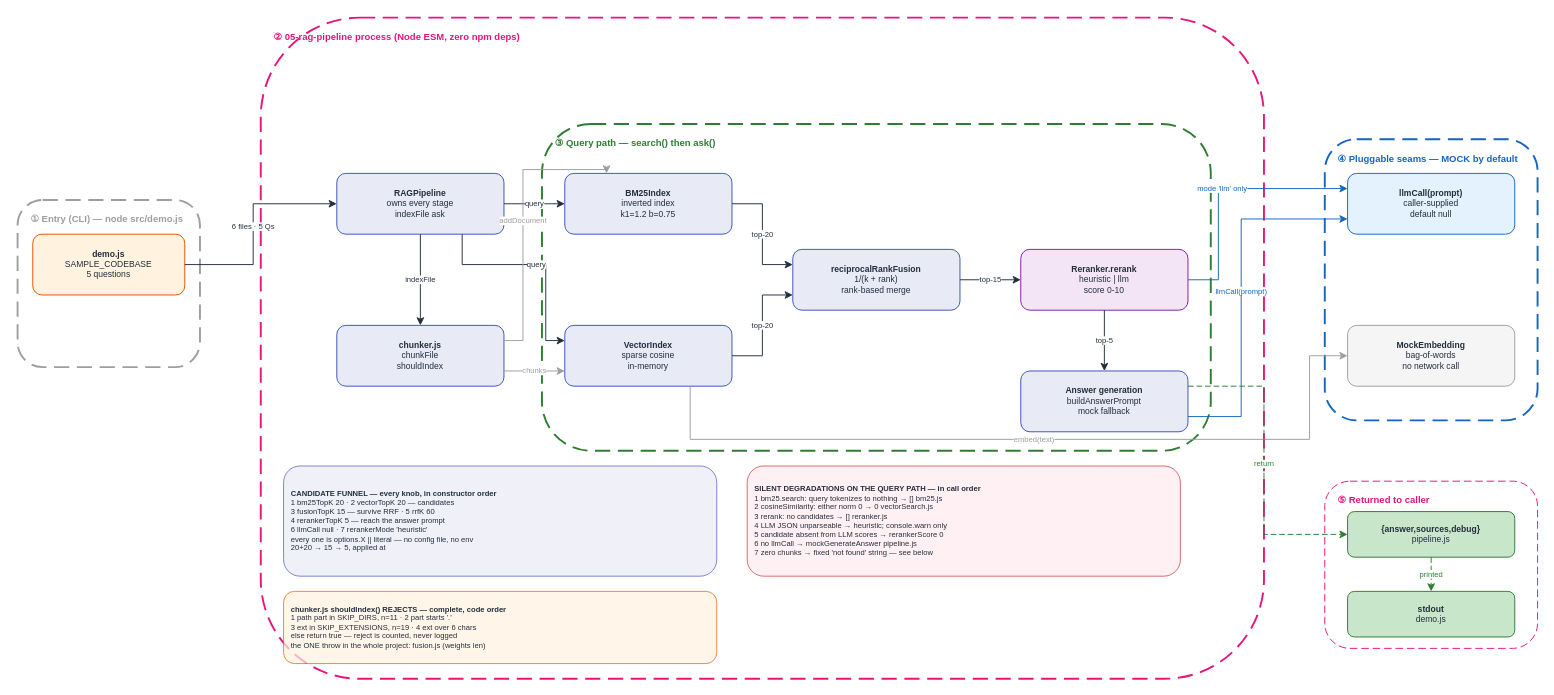
The draw.io diagram docs/diagrams/rag_pipeline_v1/HOA_RagPipeline_v1.drawio in gmaheshraju/Hands-on-AgenticAI, before the edit. Source tidied: cells renumbered, new cells numbered last; positions are measured from the earlier drawing's top-left corner, leaving out a move shared by most shapes. Both pictures are drawn from the tidied source at 95%, with x=0, y=0 at pixel (17, 17).
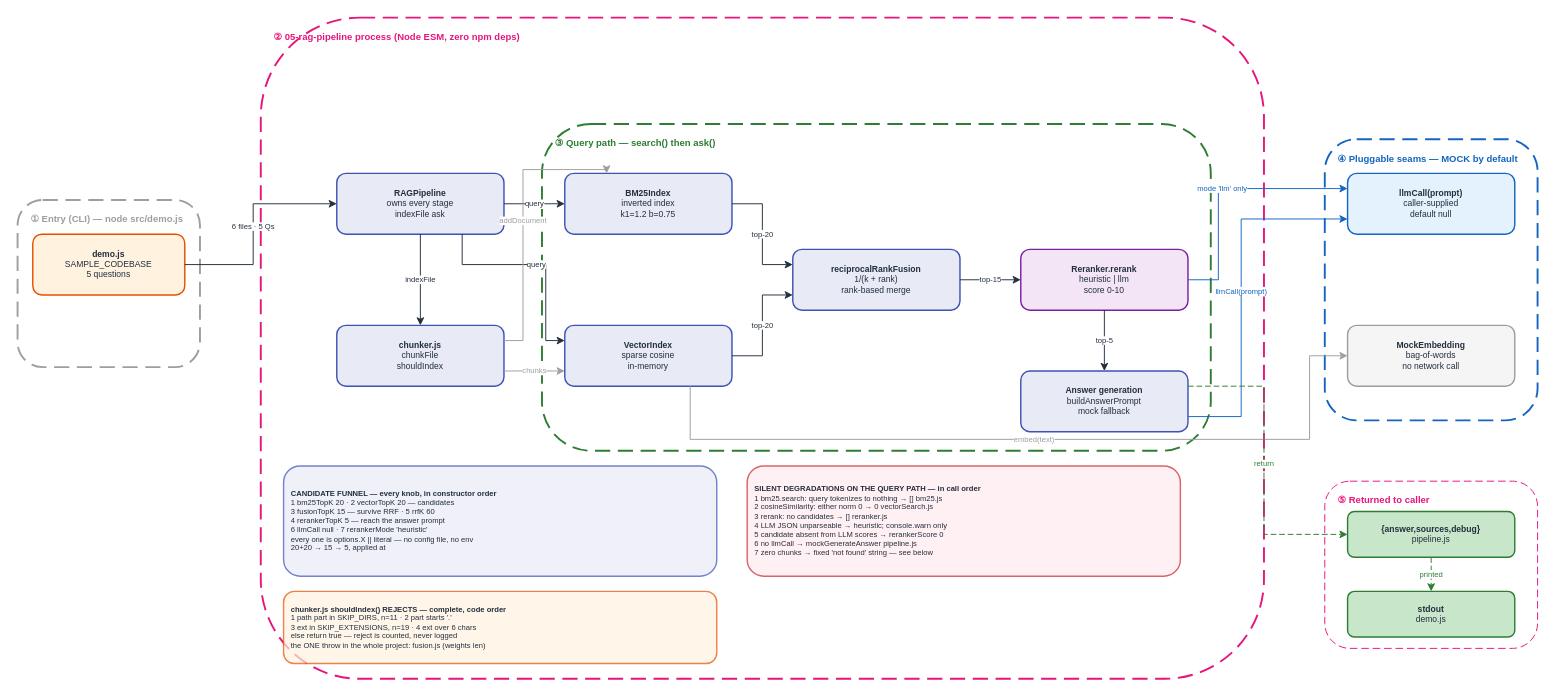
The same page after the edit.

What changed in the source:
```diff
@@
-    <mxCell id="12" value="&lt;b&gt;demo.js&lt;/b&gt;&lt;br&gt;SAMPLE_CODEBASE&lt;br&gt;5 questions" style="rounded=1;fillColor=#FFF3E0;strokeColor=#E65100;fontSize=9;fontColor=#232F3E;html=1;whiteSpace=wrap;align=center;" parent="1" vertex="1">
+    <mxCell id="12" value="&lt;b&gt;demo.js&lt;/b&gt;&lt;br&gt;SAMPLE_CODEBASE&lt;br&gt;5 questions" style="rounded=1;fillColor=#FFF3E0;strokeColor=#E65100;strokeWidth=1.5;fontSize=9;fontColor=#232F3E;html=1;whiteSpace=wrap;align=center;" parent="1" vertex="1">
       <mxGeometry x="16" y="228" width="160" height="64" as="geometry" />
     </mxCell>
-    <mxCell id="13" value="&lt;b&gt;RAGPipeline&lt;/b&gt;&lt;br&gt;owns every stage&lt;br&gt;indexFile ask" style="rounded=1;fillColor=#E8EAF6;strokeColor=#3F51B5;fontSize=9;fontColor=#232F3E;html=1;whiteSpace=wrap;align=center;" parent="1" vertex="1">
+    <mxCell id="13" value="&lt;b&gt;RAGPipeline&lt;/b&gt;&lt;br&gt;owns every stage&lt;br&gt;indexFile ask" style="rounded=1;fillColor=#E8EAF6;strokeColor=#3F51B5;strokeWidth=1.5;fontSize=9;fontColor=#232F3E;html=1;whiteSpace=wrap;align=center;" parent="1" vertex="1">
       <mxGeometry x="336" y="164" width="176" height="64" as="geometry" />
     </mxCell>
-    <mxCell id="14" value="&lt;b&gt;chunker.js&lt;/b&gt;&lt;br&gt;chunkFile&lt;br&gt;shouldIndex" style="rounded=1;fillColor=#E8EAF6;strokeColor=#3F51B5;fontSize=9;fontColor=#232F3E;html=1;whiteSpace=wrap;align=center;" parent="1" vertex="1">
+    <mxCell id="14" value="&lt;b&gt;chunker.js&lt;/b&gt;&lt;br&gt;chunkFile&lt;br&gt;shouldIndex" style="rounded=1;fillColor=#E8EAF6;strokeColor=#3F51B5;strokeWidth=1.5;fontSize=9;fontColor=#232F3E;html=1;whiteSpace=wrap;align=center;" parent="1" vertex="1">
       <mxGeometry x="336" y="324" width="176" height="64" as="geometry" />
     </mxCell>
-    <mxCell id="15" value="&lt;b&gt;BM25Index&lt;/b&gt;&lt;br&gt;inverted index&lt;br&gt;k1=1.2 b=0.75" style="rounded=1;fillColor=#E8EAF6;strokeColor=#3F51B5;fontSize=9;fontColor=#232F3E;html=1;whiteSpace=wrap;align=center;" parent="1" vertex="1">
+    <mxCell id="15" value="&lt;b&gt;BM25Index&lt;/b&gt;&lt;br&gt;inverted index&lt;br&gt;k1=1.2 b=0.75" style="rounded=1;fillColor=#E8EAF6;strokeColor=#3F51B5;strokeWidth=1.5;fontSize=9;fontColor=#232F3E;html=1;whiteSpace=wrap;align=center;" parent="1" vertex="1">
       <mxGeometry x="576" y="164" width="176" height="64" as="geometry" />
     </mxCell>
-    <mxCell id="16" value="&lt;b&gt;VectorIndex&lt;/b&gt;&lt;br&gt;sparse cosine&lt;br&gt;in-memory" style="rounded=1;fillColor=#E8EAF6;strokeColor=#3F51B5;fontSize=9;fontColor=#232F3E;html=1;whiteSpace=wrap;align=center;" parent="1" vertex="1">
+    <mxCell id="16" value="&lt;b&gt;VectorIndex&lt;/b&gt;&lt;br&gt;sparse cosine&lt;br&gt;in-memory" style="rounded=1;fillColor=#E8EAF6;strokeColor=#3F51B5;strokeWidth=1.5;fontSize=9;fontColor=#232F3E;html=1;whiteSpace=wrap;align=center;" parent="1" vertex="1">
       <mxGeometry x="576" y="324" width="176" height="64" as="geometry" />
     </mxCell>
-    <mxCell id="17" value="&lt;b&gt;reciprocalRankFusion&lt;/b&gt;&lt;br&gt;1/(k + rank)&lt;br&gt;rank-based merge" style="rounded=1;fillColor=#E8EAF6;strokeColor=#3F51B5;fontSize=9;fontColor=#232F3E;html=1;whiteSpace=wrap;align=center;" parent="1" vertex="1">
+    <mxCell id="17" value="&lt;b&gt;reciprocalRankFusion&lt;/b&gt;&lt;br&gt;1/(k + rank)&lt;br&gt;rank-based merge" style="rounded=1;fillColor=#E8EAF6;strokeColor=#3F51B5;strokeWidth=1.5;fontSize=9;fontColor=#232F3E;html=1;whiteSpace=wrap;align=center;" parent="1" vertex="1">
       <mxGeometry x="816" y="244" width="176" height="64" as="geometry" />
     </mxCell>
-    <mxCell id="18" value="&lt;b&gt;Reranker.rerank&lt;/b&gt;&lt;br&gt;heuristic | llm&lt;br&gt;score 0-10" style="rounded=1;fillColor=#F3E5F5;strokeColor=#7B1FA2;fontSize=9;fontColor=#232F3E;html=1;whiteSpace=wrap;align=center;" parent="1" vertex="1">
+    <mxCell id="18" value="&lt;b&gt;Reranker.rerank&lt;/b&gt;&lt;br&gt;heuristic | llm&lt;br&gt;score 0-10" style="rounded=1;fillColor=#F3E5F5;strokeColor=#7B1FA2;strokeWidth=1.5;fontSize=9;fontColor=#232F3E;html=1;whiteSpace=wrap;align=center;" parent="1" vertex="1">
       <mxGeometry x="1056" y="244" width="176" height="64" as="geometry" />
     </mxCell>
-    <mxCell id="19" value="&lt;b&gt;Answer generation&lt;/b&gt;&lt;br&gt;buildAnswerPrompt&lt;br&gt;mock fallback" style="rounded=1;fillColor=#E8EAF6;strokeColor=#3F51B5;fontSize=9;fontColor=#232F3E;html=1;whiteSpace=wrap;align=center;" parent="1" vertex="1">
+    <mxCell id="19" value="&lt;b&gt;Answer generation&lt;/b&gt;&lt;br&gt;buildAnswerPrompt&lt;br&gt;mock fallback" style="rounded=1;fillColor=#E8EAF6;strokeColor=#3F51B5;strokeWidth=1.5;fontSize=9;fontColor=#232F3E;html=1;whiteSpace=wrap;align=center;" parent="1" vertex="1">
       <mxGeometry x="1056" y="372" width="176" height="64" as="geometry" />
     </mxCell>
-    <mxCell id="20" value="&lt;b&gt;llmCall(prompt)&lt;/b&gt;&lt;br&gt;caller-supplied&lt;br&gt;default null" style="rounded=1;fillColor=#E3F2FD;strokeColor=#1565C0;fontSize=9;fontColor=#232F3E;html=1;whiteSpace=wrap;align=center;" parent="1" vertex="1">
+    <mxCell id="20" value="&lt;b&gt;llmCall(prompt)&lt;/b&gt;&lt;br&gt;caller-supplied&lt;br&gt;default null" style="rounded=1;fillColor=#E3F2FD;strokeColor=#1565C0;strokeWidth=1.5;fontSize=9;fontColor=#232F3E;html=1;whiteSpace=wrap;align=center;" parent="1" vertex="1">
       <mxGeometry x="1400" y="164" width="176" height="64" as="geometry" />
     </mxCell>
-    <mxCell id="21" value="&lt;b&gt;MockEmbedding&lt;/b&gt;&lt;br&gt;bag-of-words&lt;br&gt;no network call" style="rounded=1;fillColor=#F5F5F5;strokeColor=#9E9E9E;fontSize=9;fontColor=#232F3E;html=1;whiteSpace=wrap;align=center;" parent="1" vertex="1">
+    <mxCell id="21" value="&lt;b&gt;MockEmbedding&lt;/b&gt;&lt;br&gt;bag-of-words&lt;br&gt;no network call" style="rounded=1;fillColor=#F5F5F5;strokeColor=#9E9E9E;strokeWidth=1.5;fontSize=9;fontColor=#232F3E;html=1;whiteSpace=wrap;align=center;" parent="1" vertex="1">
       <mxGeometry x="1400" y="324" width="176" height="64" as="geometry" />
     </mxCell>
-    <mxCell id="22" value="&lt;b&gt;{answer,sources,debug}&lt;/b&gt;&lt;br&gt;pipeline.js" style="rounded=1;fillColor=#C8E6C9;strokeColor=#2E7D32;fontSize=9;fontColor=#232F3E;html=1;whiteSpace=wrap;align=center;" parent="1" vertex="1">
+    <mxCell id="22" value="&lt;b&gt;{answer,sources,debug}&lt;/b&gt;&lt;br&gt;pipeline.js" style="rounded=1;fillColor=#C8E6C9;strokeColor=#2E7D32;strokeWidth=1.5;fontSize=9;fontColor=#232F3E;html=1;whiteSpace=wrap;align=center;" parent="1" vertex="1">
       <mxGeometry x="1400" y="520" width="176" height="48" as="geometry" />
     </mxCell>
-    <mxCell id="23" value="&lt;b&gt;stdout&lt;/b&gt;&lt;br&gt;demo.js" style="rounded=1;fillColor=#C8E6C9;strokeColor=#2E7D32;fontSize=9;fontColor=#232F3E;html=1;whiteSpace=wrap;align=center;" parent="1" vertex="1">
+    <mxCell id="23" value="&lt;b&gt;stdout&lt;/b&gt;&lt;br&gt;demo.js" style="rounded=1;fillColor=#C8E6C9;strokeColor=#2E7D32;strokeWidth=1.5;fontSize=9;fontColor=#232F3E;html=1;whiteSpace=wrap;align=center;" parent="1" vertex="1">
       <mxGeometry x="1400" y="604" width="176" height="48" as="geometry" />
     </mxCell>
-    <mxCell id="24" value="&lt;b&gt;CANDIDATE FUNNEL — every knob, in constructor order&lt;/b&gt;&lt;br&gt;1 bm25TopK 20 · 2 vectorTopK 20 — candidates&lt;br&gt;3 fusionTopK 15 — survive RRF · 5 rrfK 60&lt;br&gt;4 rerankerTopK 5 — reach the answer prompt&lt;br&gt;6 llmCall null · 7 rerankerMode 'heuristic'&lt;br&gt;every one is options.X || literal — no config file, no env&lt;br&gt;20+20 → 15 → 5, applied at" style="rounded=1;fillColor=#E8EAF6;strokeColor=#3F51B5;fontSize=8;fontColor=#232F3E;html=1;whiteSpace=wrap;align=left;spacingLeft=6;opacity=70;" parent="1" vertex="1">
+    <mxCell id="24" value="&lt;b&gt;CANDIDATE FUNNEL — every knob, in constructor order&lt;/b&gt;&lt;br&gt;1 bm25TopK 20 · 2 vectorTopK 20 — candidates&lt;br&gt;3 fusionTopK 15 — survive RRF · 5 rrfK 60&lt;br&gt;4 rerankerTopK 5 — reach the answer prompt&lt;br&gt;6 llmCall null · 7 rerankerMode 'heuristic'&lt;br&gt;every one is options.X || literal — no config file, no env&lt;br&gt;20+20 → 15 → 5, applied at" style="rounded=1;fillColor=#E8EAF6;strokeColor=#3F51B5;strokeWidth=1.5;fontSize=8;fontColor=#232F3E;html=1;whiteSpace=wrap;align=left;spacingLeft=6;opacity=70;" parent="1" vertex="1">
       <mxGeometry x="280" y="472" width="456" height="116" as="geometry" />
     </mxCell>
-    <mxCell id="25" value="&lt;b&gt;SILENT DEGRADATIONS ON THE QUERY PATH — in call order&lt;/b&gt;&lt;br&gt;1 bm25.search: query tokenizes to nothing → [] bm25.js&lt;br&gt;2 cosineSimilarity: either norm 0 → 0 vectorSearch.js&lt;br&gt;3 rerank: no candidates → [] reranker.js&lt;br&gt;4 LLM JSON unparseable → heuristic; console.warn only&lt;br&gt;5 candidate absent from LLM scores → rerankerScore 0&lt;br&gt;6 no llmCall → mockGenerateAnswer pipeline.js&lt;br&gt;7 zero chunks → fixed 'not found' string — see below" style="rounded=1;fillColor=#FFEBEE;strokeColor=#C62828;fontSize=8;fontColor=#232F3E;html=1;whiteSpace=wrap;align=left;spacingLeft=6;opacity=70;" parent="1" vertex="1">
+    <mxCell id="25" value="&lt;b&gt;SILENT DEGRADATIONS ON THE QUERY PATH — in call order&lt;/b&gt;&lt;br&gt;1 bm25.search: query tokenizes to nothing → [] bm25.js&lt;br&gt;2 cosineSimilarity: either norm 0 → 0 vectorSearch.js&lt;br&gt;3 rerank: no candidates → [] reranker.js&lt;br&gt;4 LLM JSON unparseable → heuristic; console.warn only&lt;br&gt;5 candidate absent from LLM scores → rerankerScore 0&lt;br&gt;6 no llmCall → mockGenerateAnswer pipeline.js&lt;br&gt;7 zero chunks → fixed 'not found' string — see below" style="rounded=1;fillColor=#FFEBEE;strokeColor=#C62828;strokeWidth=1.5;fontSize=8;fontColor=#232F3E;html=1;whiteSpace=wrap;align=left;spacingLeft=6;opacity=70;" parent="1" vertex="1">
       <mxGeometry x="768" y="472" width="456" height="116" as="geometry" />
     </mxCell>
-    <mxCell id="26" value="&lt;b&gt;chunker.js shouldIndex() REJECTS — complete, code order&lt;/b&gt;&lt;br&gt;1 path part in SKIP_DIRS, n=11 · 2 part starts '.'&lt;br&gt;3 ext in SKIP_EXTENSIONS, n=19 · 4 ext over 6 chars&lt;br&gt;else return true — reject is counted, never logged&lt;br&gt;the ONE throw in the whole project: fusion.js (weights len)" style="rounded=1;fillColor=#FFF3E0;strokeColor=#E65100;fontSize=8;fontColor=#232F3E;html=1;whiteSpace=wrap;align=left;spacingLeft=6;opacity=70;" parent="1" vertex="1">
+    <mxCell id="26" value="&lt;b&gt;chunker.js shouldIndex() REJECTS — complete, code order&lt;/b&gt;&lt;br&gt;1 path part in SKIP_DIRS, n=11 · 2 part starts '.'&lt;br&gt;3 ext in SKIP_EXTENSIONS, n=19 · 4 ext over 6 chars&lt;br&gt;else return true — reject is counted, never logged&lt;br&gt;the ONE throw in the whole project: fusion.js (weights len)" style="rounded=1;fillColor=#FFF3E0;strokeColor=#E65100;strokeWidth=1.5;fontSize=8;fontColor=#232F3E;html=1;whiteSpace=wrap;align=left;spacingLeft=6;opacity=70;" parent="1" vertex="1">
       <mxGeometry x="280" y="604" width="456" height="76" as="geometry" />
     </mxCell>
```
